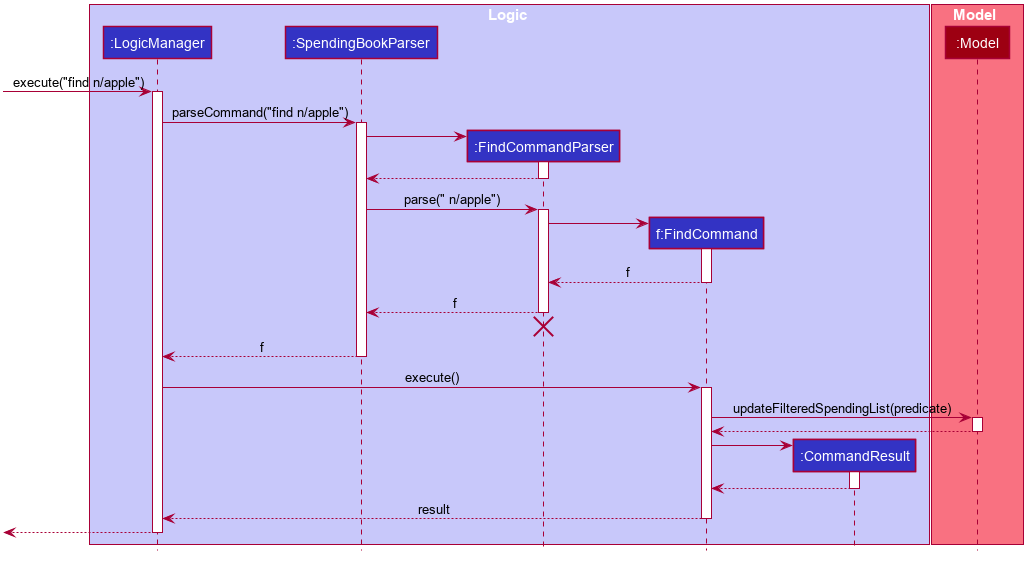
nus-cs2103-AY1920S1/addressbook-level3 keeps this PlantUML diagram as docs/images/FindSequenceDiagram.png. Above is the earlier version. The source it was exported from:
```plantuml
@startuml








skinparam BackgroundColor #FFFFFFF

skinparam Shadowing false

skinparam Class {
    FontColor #FFFFFF
    BorderThickness 1
    BorderColor #FFFFFF
    StereotypeFontColor #FFFFFF
    FontName Arial
}

skinparam Actor {
    BorderColor #000000
    Color #000000
    FontName Arial
}

skinparam Sequence {
    MessageAlign center
    BoxFontSize 15
    BoxPadding 0
    BoxFontColor #FFFFFF
    FontName Arial
}

skinparam Participant {
    FontColor #FFFFFFF
    Padding 20
}

skinparam MinClassWidth 50
skinparam ParticipantPadding 10
skinparam Shadowing false
skinparam DefaultTextAlignment center
skinparam packageStyle Rectangle

hide footbox
hide members
hide circle

box Logic #C8C8FA
participant ":LogicManager" as LogicManager #3333C4
participant ":SpendingBookParser" as SpendingBookParser #3333C4
participant ":FindCommandParser" as FindCommandParser #3333C4
participant "f:FindCommand" as FindCommand #3333C4
participant ":CommandResult" as CommandResult #3333C4
end box

box Model #F97181
participant ":Model" as Model #9D0012
end box

[-> LogicManager : execute("find n/apple")
activate LogicManager

LogicManager -> SpendingBookParser : parseCommand("find n/apple")
activate SpendingBookParser

create FindCommandParser
SpendingBookParser -> FindCommandParser
activate FindCommandParser

FindCommandParser --> SpendingBookParser
deactivate FindCommandParser

SpendingBookParser -> FindCommandParser : parse(" n/apple")
activate FindCommandParser

create FindCommand
FindCommandParser -> FindCommand
activate FindCommand

FindCommand --> FindCommandParser : f
deactivate FindCommand

FindCommandParser --> SpendingBookParser : f
deactivate FindCommandParser
FindCommandParser -[hidden]-> SpendingBookParser
destroy FindCommandParser

SpendingBookParser --> LogicManager : f
deactivate SpendingBookParser

LogicManager -> FindCommand : execute()
activate FindCommand

FindCommand -> Model : updateFilteredSpendingList(predicate)
activate Model

Model --> FindCommand
deactivate Model

create CommandResult
FindCommand -> CommandResult
activate CommandResult

CommandResult --> FindCommand
deactivate CommandResult

FindCommand --> LogicManager : result
deactivate FindCommand

[<--LogicManager
deactivate LogicManager
@enduml
```
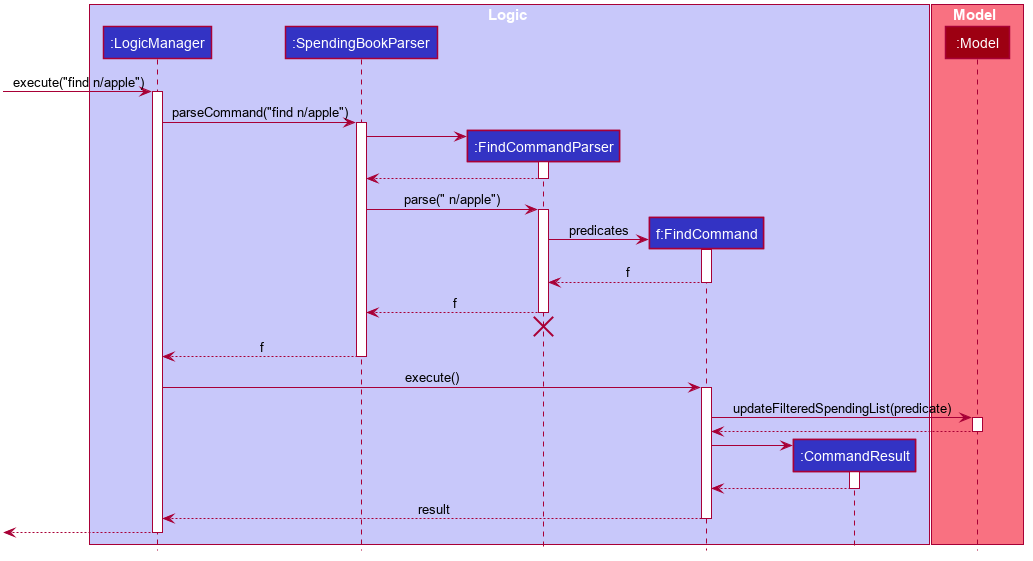
The same diagram one commit later.

Commit message:
Update Find and add Sort feature to DG

The edit, as a diff of the source:
```diff
@@ -77,7 +77,7 @@
 activate FindCommandParser
 
 create FindCommand
-FindCommandParser -> FindCommand
+FindCommandParser -> FindCommand : predicates
 activate FindCommand
 
 FindCommand --> FindCommandParser : f
```
